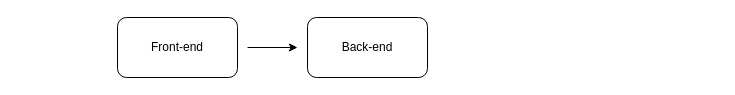
cjour/audit_logistics keeps this draw.io diagram as targetApplicatif.drawio. Above is the earlier version. Source tidied: cells renumbered, new cells numbered last; positions are measured from the earlier drawing's top-left corner, leaving out a move shared by most shapes. Both pictures are drawn from the tidied source at 100%, with x=0, y=0 at pixel (117, 17).
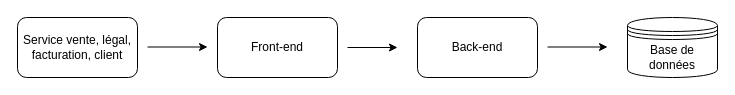
The same page after the edit.

Commit message (it also covers changes not shown here):
Mettre à jour targetApplicatif.drawio

The edit, as a diff of the source:
```diff
@@
 <mxGraphModel>
   <root>
     <mxCell id="0" />
     <mxCell id="1" parent="0" />
     <mxCell id="2" value="Front-end" style="rounded=1;whiteSpace=wrap;html=1;" parent="1" vertex="1">
-      <mxGeometry width="120" height="60" as="geometry" />
+      <mxGeometry x="100" width="120" height="60" as="geometry" />
     </mxCell>
+    <mxCell id="4" style="endArrow=classic;html=1;rounded=0;" parent="1" edge="1">
+      <mxGeometry relative="1" as="geometry">
+        <mxPoint x="230" y="30" as="sourcePoint" />
+        <mxPoint x="280" y="30" as="targetPoint" />
+      </mxGeometry>
+    </mxCell>
+    <mxCell id="5" style="endArrow=classic;html=1;rounded=0;" parent="1" edge="1">
+      <mxGeometry relative="1" as="geometry">
+        <mxPoint x="430" y="29.5" as="sourcePoint" />
+        <mxPoint x="490" y="29.5" as="targetPoint" />
+      </mxGeometry>
+    </mxCell>
     <mxCell id="3" value="Back-end" style="rounded=1;whiteSpace=wrap;html=1;" parent="1" vertex="1">
-      <mxGeometry x="190" width="120" height="60" as="geometry" />
+      <mxGeometry x="300" width="120" height="60" as="geometry" />
     </mxCell>
-    <mxCell id="4" style="endArrow=classic;html=1;rounded=0;" parent="1" edge="1">
-      <mxGeometry relative="1" as="geometry">
-        <mxPoint x="130" y="30" as="sourcePoint" />
-        <mxPoint x="180" y="30" as="targetPoint" />
-      </mxGeometry>
-    </mxCell>
+    <mxCell id="6" value="Base de données" style="shape=datastore;whiteSpace=wrap;html=1;" parent="1" vertex="1">
+      <mxGeometry x="510" width="90" height="60" as="geometry" />
+    </mxCell>
+    <mxCell id="7" value="Service vente, légal, facturation, client" style="rounded=1;whiteSpace=wrap;html=1;" parent="1" vertex="1">
+      <mxGeometry x="-100" width="120" height="60" as="geometry" />
+    </mxCell>
+    <mxCell id="8" style="endArrow=classic;html=1;rounded=0;" parent="1" edge="1">
+      <mxGeometry relative="1" as="geometry">
+        <mxPoint x="30" y="29.5" as="sourcePoint" />
+        <mxPoint x="90" y="29.5" as="targetPoint" />
+      </mxGeometry>
+    </mxCell>
   </root>
 </mxGraphModel>
```
